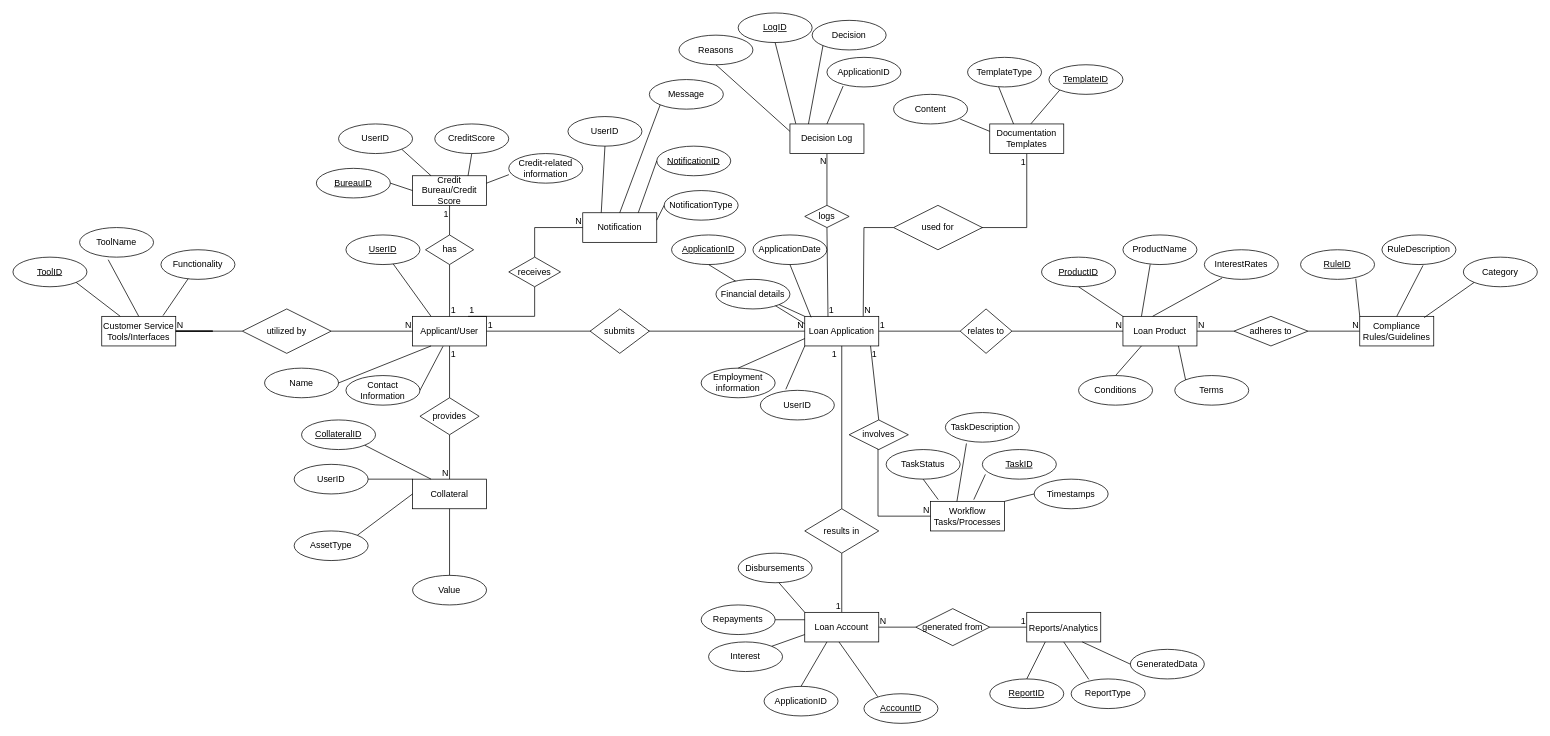
AjnaNushi/drawio keeps this draw.io diagram as ERD.drawio. Above is the earlier version. Source tidied: cells renumbered, new cells numbered last; positions are measured from the earlier drawing's top-left corner, leaving out a move shared by most shapes. Both pictures are drawn from the tidied source at 74%, with x=0, y=0 at pixel (13, 13).
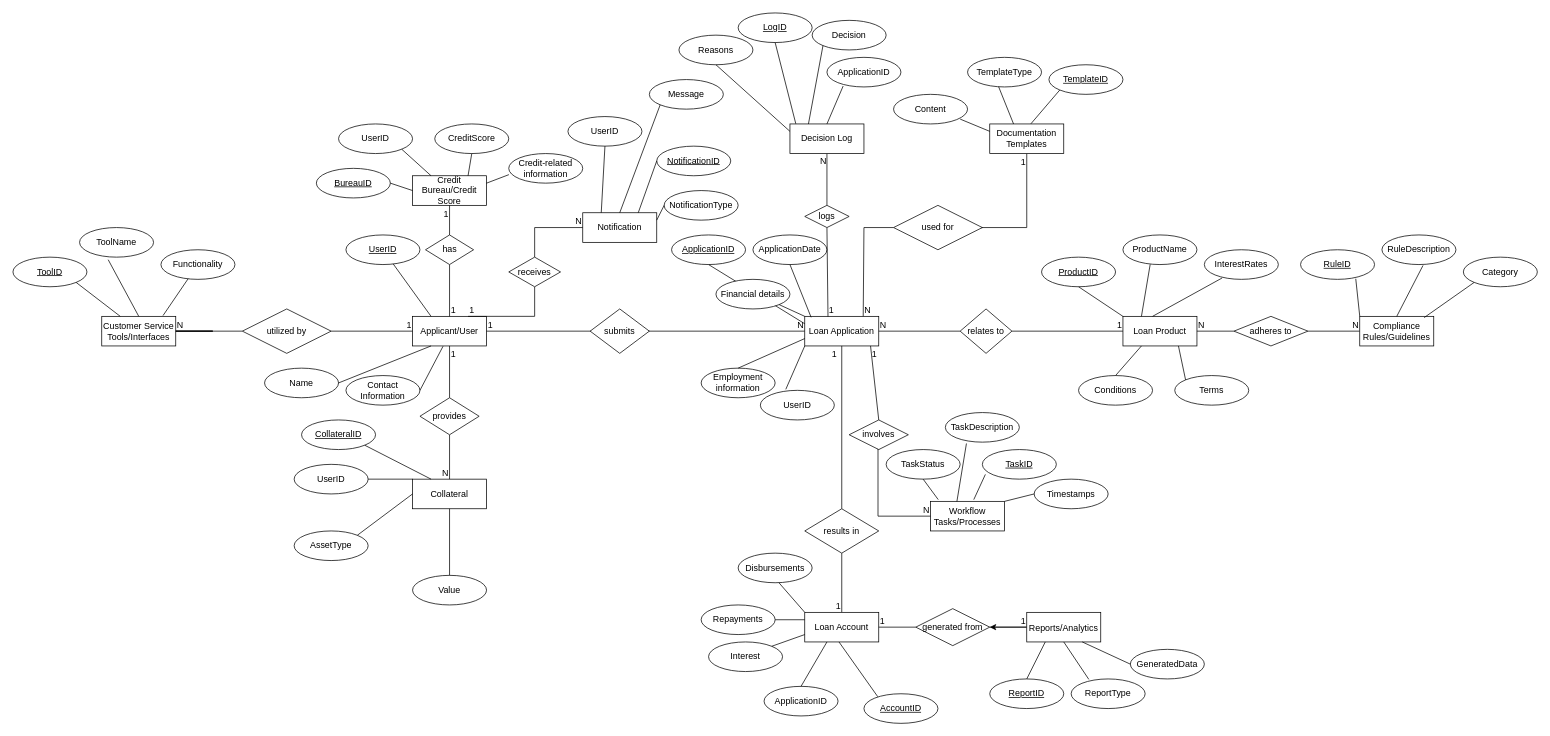
The same page after the edit.

The change refers to these unchanged cells:
```xml
<mxCell id="24" style="endArrow=none;html=1;rounded=0;exitX=1;exitY=0.5;exitDx=0;exitDy=0;entryX=0;entryY=0.5;entryDx=0;entryDy=0;" parent="1" edge="1" source="28" target="29">
  <mxGeometry relative="1" as="geometry" />
</mxCell>
<mxCell id="26" style="endArrow=none;html=1;rounded=0;exitX=1;exitY=0.5;exitDx=0;exitDy=0;" parent="1" edge="1" source="10" target="28">
  <mxGeometry relative="1" as="geometry" />
</mxCell>
<mxCell id="128" value="Reports/Analytics&lt;span style=&quot;color: rgb(209, 213, 219); font-family: Söhne, ui-sans-serif, system-ui, -apple-system, &amp;quot;Segoe UI&amp;quot;, Roboto, Ubuntu, Cantarell, &amp;quot;Noto Sans&amp;quot;, sans-serif, &amp;quot;Helvetica Neue&amp;quot;, Arial, &amp;quot;Apple Color Emoji&amp;quot;, &amp;quot;Segoe UI Emoji&amp;quot;, &amp;quot;Segoe UI Symbol&amp;quot;, &amp;quot;Noto Color Emoji&amp;quot;; font-size: 16px; text-align: left; background-color: rgb(52, 53, 65);&quot;&gt; &lt;/span&gt;" style="whiteSpace=wrap;html=1;align=center;" parent="1" vertex="1">
  <mxGeometry x="1370" y="810" width="100" height="40" as="geometry" />
</mxCell>
<mxCell id="129" style="endArrow=none;html=1;rounded=0;exitX=1;exitY=0.5;exitDx=0;exitDy=0;entryX=0;entryY=0.5;entryDx=0;entryDy=0;" parent="1" edge="1" source="45" target="131">
  <mxGeometry relative="1" as="geometry" />
</mxCell>
<mxCell id="131" value="generated from" style="shape=rhombus;perimeter=rhombusPerimeter;whiteSpace=wrap;html=1;align=center;" parent="1" vertex="1">
  <mxGeometry x="1220" y="805" width="100" height="50" as="geometry" />
</mxCell>
<mxCell id="163" style="endArrow=none;html=1;rounded=0;entryX=0;entryY=0.5;entryDx=0;entryDy=0;" parent="1" edge="1" source="169" target="2">
  <mxGeometry relative="1" as="geometry" />
</mxCell>
```

What changed in the source:
```diff
@@
-    <mxCell id="25" value="N" style="html=1;whiteSpace=wrap;align=right;verticalAlign=bottom;" parent="24" vertex="1">
+    <mxCell id="25" value="1" style="html=1;whiteSpace=wrap;align=right;verticalAlign=bottom;" parent="24" vertex="1">
       <mxGeometry x="1" relative="1" as="geometry" />
     </mxCell>
@@
-    <mxCell id="27" value="1" style="html=1;whiteSpace=wrap;align=left;verticalAlign=bottom;" parent="26" vertex="1">
+    <mxCell id="27" value="N" style="html=1;whiteSpace=wrap;align=left;verticalAlign=bottom;" parent="26" vertex="1">
       <mxGeometry x="-1" relative="1" as="geometry" />
     </mxCell>
@@
+    <mxCell id="176" style="edgeStyle=orthogonalEdgeStyle;rounded=0;jettySize=auto;html=1;" parent="1" edge="1" source="128" target="131">
+      <mxGeometry relative="1" as="geometry" />
+    </mxCell>
@@
-    <mxCell id="130" value="N" style="html=1;whiteSpace=wrap;align=left;verticalAlign=bottom;" parent="129" vertex="1">
+    <mxCell id="130" value="1" style="html=1;whiteSpace=wrap;align=left;verticalAlign=bottom;" parent="129" vertex="1">
       <mxGeometry x="-1" relative="1" as="geometry" />
     </mxCell>
@@
-    <mxCell id="164" value="N" style="html=1;whiteSpace=wrap;align=right;verticalAlign=bottom;" parent="163" vertex="1">
+    <mxCell id="164" value="1" style="html=1;whiteSpace=wrap;align=right;verticalAlign=bottom;" parent="163" vertex="1">
       <mxGeometry x="1" relative="1" as="geometry" />
     </mxCell>
```
